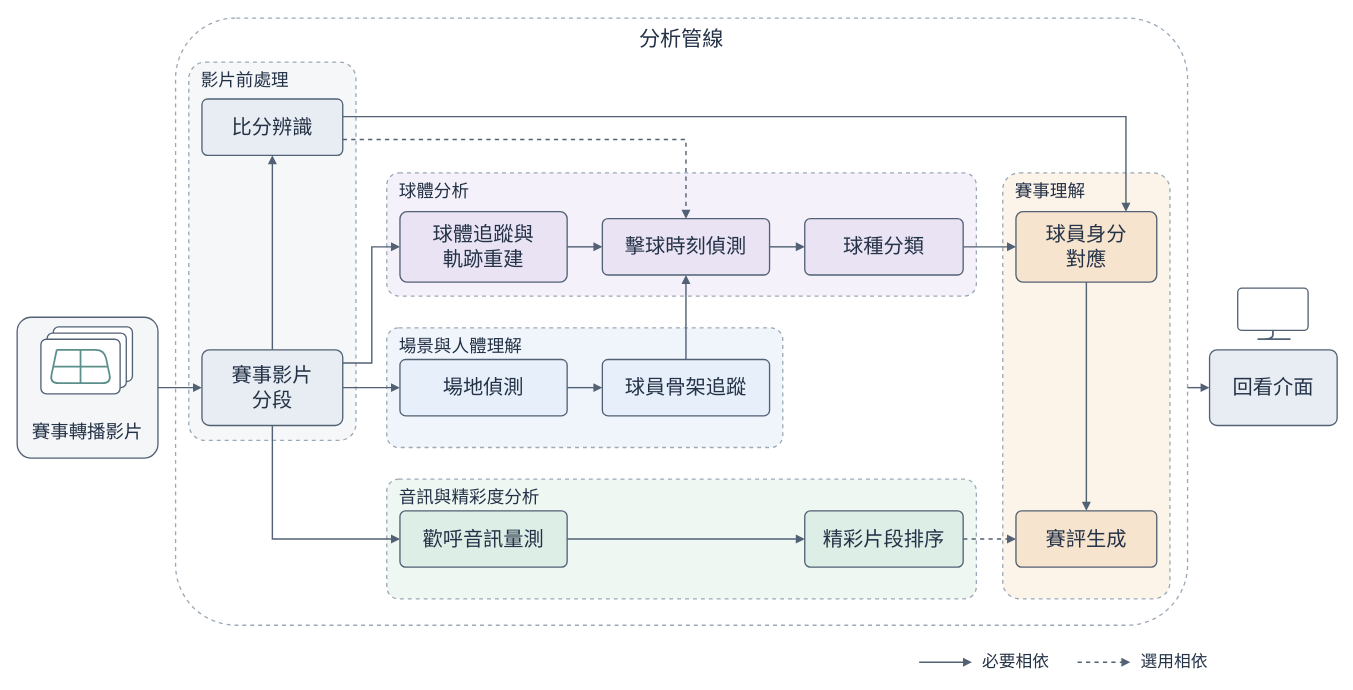
Earlier version of the draw.io diagram docs/figures/report/system-architecture.drawio (2026bmtproject/badminton-analysis-system). Source tidied: cells renumbered, new cells numbered last; positions are measured from the earlier drawing's top-left corner, leaving out a move shared by most shapes. Both pictures are drawn from the tidied source at 88%, with x=0, y=0 at pixel (17, 18).
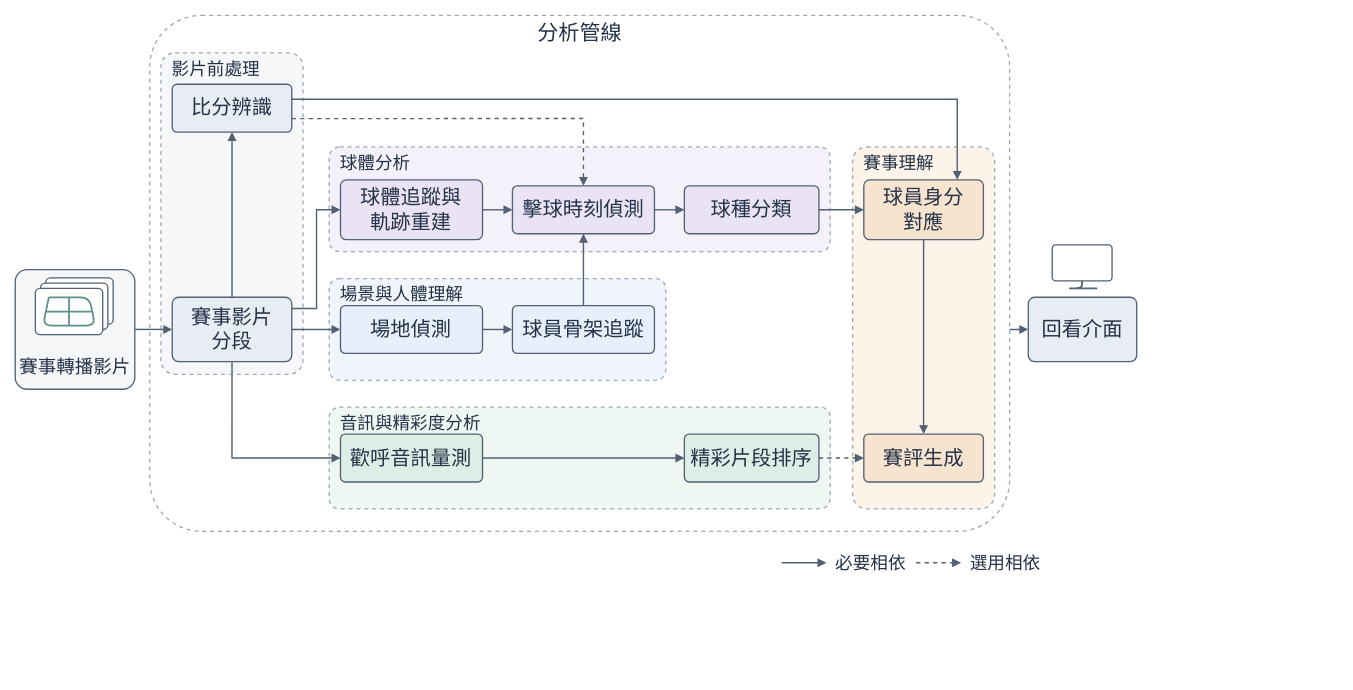
After the change.

Change to the diagram source:
```diff
@@
     <mxCell id="2" style="rounded=1;arcSize=10;fillColor=#FFFFFF;strokeColor=#9CA9B7;strokeWidth=1.5;dashed=1;" parent="1" vertex="1">
-      <mxGeometry x="180" width="1150" height="690" as="geometry" />
+      <mxGeometry x="150.7" y="-3" width="977.1" height="586.3" as="geometry" />
     </mxCell>
     <mxCell id="3" value="分析管線" style="text;html=0;whiteSpace=wrap;align=center;verticalAlign=middle;fontFamily=Arial Unicode MS;fontSize=24;fontColor=#243247;fontStyle=0;" parent="1" vertex="1">
-      <mxGeometry x="192" y="8" width="1126" height="32" as="geometry" />
+      <mxGeometry x="160.9" y="3.8" width="956.7" height="27.2" as="geometry" />
     </mxCell>
     <mxCell id="4" style="rounded=1;arcSize=10;fillColor=#F5F7F9;strokeColor=#9CA9B7;strokeWidth=1.5;dashed=1;" parent="1" vertex="1">
-      <mxGeometry x="195" y="50" width="190" height="430" as="geometry" />
+      <mxGeometry x="163.4" y="39.5" width="161.4" height="365.4" as="geometry" />
     </mxCell>
     <mxCell id="5" value="影片前處理" style="text;html=0;whiteSpace=wrap;align=left;verticalAlign=middle;fontFamily=Arial Unicode MS;fontSize=20;fontColor=#243247;fontStyle=0;" parent="1" vertex="1">
-      <mxGeometry x="207" y="56" width="166" height="28" as="geometry" />
+      <mxGeometry x="173.6" y="44.6" width="141.1" height="23.8" as="geometry" />
     </mxCell>
     <mxCell id="6" style="rounded=1;arcSize=10;fillColor=#F4F1FA;strokeColor=#9CA9B7;strokeWidth=1.5;dashed=1;" parent="1" vertex="1">
-      <mxGeometry x="420" y="176" width="670" height="140" as="geometry" />
+      <mxGeometry x="354.6" y="146.5" width="569.3" height="119" as="geometry" />
     </mxCell>
     <mxCell id="7" value="球體分析" style="text;html=0;whiteSpace=wrap;align=left;verticalAlign=middle;fontFamily=Arial Unicode MS;fontSize=20;fontColor=#243247;fontStyle=0;" parent="1" vertex="1">
-      <mxGeometry x="432" y="182" width="646" height="28" as="geometry" />
+      <mxGeometry x="364.8" y="151.6" width="548.9" height="23.8" as="geometry" />
     </mxCell>
     <mxCell id="8" style="rounded=1;arcSize=10;fillColor=#F0F5FC;strokeColor=#9CA9B7;strokeWidth=1.5;dashed=1;" parent="1" vertex="1">
-      <mxGeometry x="420" y="352" width="450" height="136" as="geometry" />
+      <mxGeometry x="354.6" y="296.1" width="382.4" height="115.6" as="geometry" />
     </mxCell>
     <mxCell id="9" value="場景與人體理解" style="text;html=0;whiteSpace=wrap;align=left;verticalAlign=middle;fontFamily=Arial Unicode MS;fontSize=20;fontColor=#243247;fontStyle=0;" parent="1" vertex="1">
-      <mxGeometry x="432" y="358" width="426" height="28" as="geometry" />
+      <mxGeometry x="364.8" y="301.2" width="362" height="23.8" as="geometry" />
     </mxCell>
     <mxCell id="10" style="rounded=1;arcSize=10;fillColor=#EFF7F3;strokeColor=#9CA9B7;strokeWidth=1.5;dashed=1;" parent="1" vertex="1">
-      <mxGeometry x="420" y="524" width="670" height="136" as="geometry" />
+      <mxGeometry x="354.6" y="442.2" width="569.3" height="115.6" as="geometry" />
     </mxCell>
     <mxCell id="11" value="音訊與精彩度分析" style="text;html=0;whiteSpace=wrap;align=left;verticalAlign=middle;fontFamily=Arial Unicode MS;fontSize=20;fontColor=#243247;fontStyle=0;" parent="1" vertex="1">
-      <mxGeometry x="432" y="530" width="646" height="28" as="geometry" />
+      <mxGeometry x="364.8" y="447.3" width="548.9" height="23.8" as="geometry" />
     </mxCell>
     <mxCell id="12" style="rounded=1;arcSize=10;fillColor=#FCF3E9;strokeColor=#9CA9B7;strokeWidth=1.5;dashed=1;" parent="1" vertex="1">
-      <mxGeometry x="1120" y="176" width="190" height="484" as="geometry" />
+      <mxGeometry x="949.4" y="146.5" width="161.4" height="411.2" as="geometry" />
     </mxCell>
     <mxCell id="13" value="賽事理解" style="text;html=0;whiteSpace=wrap;align=left;verticalAlign=middle;fontFamily=Arial Unicode MS;fontSize=20;fontColor=#243247;fontStyle=0;" parent="1" vertex="1">
-      <mxGeometry x="1132" y="182" width="166" height="28" as="geometry" />
+      <mxGeometry x="959.6" y="151.6" width="141.1" height="23.8" as="geometry" />
     </mxCell>
     <mxCell id="14" style="rounded=1;arcSize=10;fillColor=#F4F6F8;strokeColor=#526174;strokeWidth=1.5;dashed=0;" parent="1" vertex="1">
-      <mxGeometry y="340" width="160" height="160" as="geometry" />
+      <mxGeometry x="-2.2" y="285.9" width="135.9" height="135.9" as="geometry" />
     </mxCell>
     <mxCell id="15" style="rounded=1;arcSize=10;fillColor=#FFFFFF;strokeColor=#526174;strokeWidth=1.5;dashed=0;" parent="1" vertex="1">
-      <mxGeometry x="41" y="351" width="90" height="62" as="geometry" />
+      <mxGeometry x="32.6" y="295.2" width="76.5" height="52.7" as="geometry" />
     </mxCell>
     <mxCell id="16" style="rounded=1;arcSize=10;fillColor=#FFFFFF;strokeColor=#526174;strokeWidth=1.5;dashed=0;" parent="1" vertex="1">
-      <mxGeometry x="34" y="358" width="90" height="62" as="geometry" />
+      <mxGeometry x="26.6" y="301.2" width="76.5" height="52.7" as="geometry" />
     </mxCell>
     <mxCell id="17" style="rounded=1;arcSize=10;fillColor=#FFFFFF;strokeColor=#526174;strokeWidth=1.5;dashed=0;" parent="1" vertex="1">
-      <mxGeometry x="27" y="365" width="90" height="62" as="geometry" />
+      <mxGeometry x="20.7" y="307.1" width="76.5" height="52.7" as="geometry" />
     </mxCell>
     <mxCell id="18" style="endArrow=none;strokeColor=#5B8F8A;strokeWidth=2;dashed=0;" parent="1" edge="1">
       <mxGeometry relative="1" as="geometry">
-        <mxPoint x="45" y="377" as="sourcePoint" />
-        <mxPoint x="45" y="377" as="targetPoint" />
+        <mxPoint x="36" y="317.3" as="sourcePoint" />
+        <mxPoint x="36" y="317.3" as="targetPoint" />
         <Array as="points">
-          <mxPoint x="99" y="377" />
-          <mxPoint x="107" y="415" />
-          <mxPoint x="37" y="415" />
+          <mxPoint x="81.9" y="317.3" />
+          <mxPoint x="88.7" y="349.6" />
+          <mxPoint x="29.2" y="349.6" />
         </Array>
       </mxGeometry>
     </mxCell>
     <mxCell id="19" style="endArrow=none;strokeColor=#5B8F8A;strokeWidth=2;dashed=0;" parent="1" edge="1">
       <mxGeometry relative="1" as="geometry">
-        <mxPoint x="41" y="396" as="sourcePoint" />
-        <mxPoint x="103" y="396" as="targetPoint" />
+        <mxPoint x="32.6" y="333.5" as="sourcePoint" />
+        <mxPoint x="85.3" y="333.5" as="targetPoint" />
       </mxGeometry>
     </mxCell>
     <mxCell id="20" style="endArrow=none;strokeColor=#5B8F8A;strokeWidth=2;dashed=0;" parent="1" edge="1">
       <mxGeometry relative="1" as="geometry">
-        <mxPoint x="72" y="377" as="sourcePoint" />
-        <mxPoint x="72" y="415" as="targetPoint" />
+        <mxPoint x="58.9" y="317.3" as="sourcePoint" />
+        <mxPoint x="58.9" y="349.6" as="targetPoint" />
       </mxGeometry>
     </mxCell>
     <mxCell id="21" value="賽事轉播影片" style="text;html=0;whiteSpace=wrap;align=center;verticalAlign=middle;fontFamily=Arial Unicode MS;fontSize=21;fontColor=#243247;fontStyle=0;" parent="1" vertex="1">
-      <mxGeometry y="454" width="160" height="32" as="geometry" />
+      <mxGeometry x="-2.2" y="382.8" width="135.9" height="27.2" as="geometry" />
     </mxCell>
     <mxCell id="22" value="比分辨識" style="rounded=1;arcSize=10;fillColor=#E8EDF3;strokeColor=#526174;strokeWidth=1.5;dashed=0;html=0;whiteSpace=wrap;align=center;verticalAlign=middle;fontFamily=Arial Unicode MS;fontSize=23;fontColor=#243247;fontStyle=0;" parent="1" vertex="1">
-      <mxGeometry x="210" y="92" width="160" height="64" as="geometry" />
+      <mxGeometry x="176.2" y="75.2" width="135.9" height="54.4" as="geometry" />
     </mxCell>
     <mxCell id="23" value="賽事影片&#10;分段" style="rounded=1;arcSize=10;fillColor=#E8EDF3;strokeColor=#526174;strokeWidth=1.5;dashed=0;html=0;whiteSpace=wrap;align=center;verticalAlign=middle;fontFamily=Arial Unicode MS;fontSize=23;fontColor=#243247;fontStyle=0;" parent="1" vertex="1">
-      <mxGeometry x="210" y="377" width="160" height="86" as="geometry" />
+      <mxGeometry x="176.2" y="317.3" width="135.9" height="73.1" as="geometry" />
     </mxCell>
     <mxCell id="24" value="球體追蹤與&#10;軌跡重建" style="rounded=1;arcSize=10;fillColor=#E9E3F4;strokeColor=#526174;strokeWidth=1.5;dashed=0;html=0;whiteSpace=wrap;align=center;verticalAlign=middle;fontFamily=Arial Unicode MS;fontSize=23;fontColor=#243247;fontStyle=0;" parent="1" vertex="1">
-      <mxGeometry x="435" y="220" width="190" height="80" as="geometry" />
+      <mxGeometry x="367.4" y="183.9" width="161.4" height="68" as="geometry" />
     </mxCell>
     <mxCell id="25" value="擊球時刻偵測" style="rounded=1;arcSize=10;fillColor=#E9E3F4;strokeColor=#526174;strokeWidth=1.5;dashed=0;html=0;whiteSpace=wrap;align=center;verticalAlign=middle;fontFamily=Arial Unicode MS;fontSize=23;fontColor=#243247;fontStyle=0;" parent="1" vertex="1">
-      <mxGeometry x="665" y="228" width="190" height="64" as="geometry" />
+      <mxGeometry x="562.8" y="190.7" width="161.4" height="54.4" as="geometry" />
     </mxCell>
     <mxCell id="26" value="球種分類" style="rounded=1;arcSize=10;fillColor=#E9E3F4;strokeColor=#526174;strokeWidth=1.5;dashed=0;html=0;whiteSpace=wrap;align=center;verticalAlign=middle;fontFamily=Arial Unicode MS;fontSize=23;fontColor=#243247;fontStyle=0;" parent="1" vertex="1">
-      <mxGeometry x="895" y="228" width="180" height="64" as="geometry" />
+      <mxGeometry x="758.2" y="190.7" width="152.9" height="54.4" as="geometry" />
     </mxCell>
     <mxCell id="27" value="場地偵測" style="rounded=1;arcSize=10;fillColor=#E6EFFA;strokeColor=#526174;strokeWidth=1.5;dashed=0;html=0;whiteSpace=wrap;align=center;verticalAlign=middle;fontFamily=Arial Unicode MS;fontSize=23;fontColor=#243247;fontStyle=0;" parent="1" vertex="1">
-      <mxGeometry x="435" y="388" width="190" height="64" as="geometry" />
+      <mxGeometry x="367.4" y="326.7" width="161.4" height="54.4" as="geometry" />
     </mxCell>
     <mxCell id="28" value="球員骨架追蹤" style="rounded=1;arcSize=10;fillColor=#E6EFFA;strokeColor=#526174;strokeWidth=1.5;dashed=0;html=0;whiteSpace=wrap;align=center;verticalAlign=middle;fontFamily=Arial Unicode MS;fontSize=23;fontColor=#243247;fontStyle=0;" parent="1" vertex="1">
-      <mxGeometry x="665" y="388" width="190" height="64" as="geometry" />
+      <mxGeometry x="562.8" y="326.7" width="161.4" height="54.4" as="geometry" />
     </mxCell>
     <mxCell id="29" value="歡呼音訊量測" style="rounded=1;arcSize=10;fillColor=#DCEEE6;strokeColor=#526174;strokeWidth=1.5;dashed=0;html=0;whiteSpace=wrap;align=center;verticalAlign=middle;fontFamily=Arial Unicode MS;fontSize=23;fontColor=#243247;fontStyle=0;" parent="1" vertex="1">
-      <mxGeometry x="435" y="560" width="190" height="64" as="geometry" />
+      <mxGeometry x="367.4" y="472.8" width="161.4" height="54.4" as="geometry" />
     </mxCell>
     <mxCell id="30" value="精彩片段排序" style="rounded=1;arcSize=10;fillColor=#DCEEE6;strokeColor=#526174;strokeWidth=1.5;dashed=0;html=0;whiteSpace=wrap;align=center;verticalAlign=middle;fontFamily=Arial Unicode MS;fontSize=23;fontColor=#243247;fontStyle=0;" parent="1" vertex="1">
-      <mxGeometry x="895" y="560" width="180" height="64" as="geometry" />
+      <mxGeometry x="758.2" y="472.8" width="152.9" height="54.4" as="geometry" />
     </mxCell>
     <mxCell id="31" value="球員身分&#10;對應" style="rounded=1;arcSize=10;fillColor=#F7E4CE;strokeColor=#526174;strokeWidth=1.5;dashed=0;html=0;whiteSpace=wrap;align=center;verticalAlign=middle;fontFamily=Arial Unicode MS;fontSize=23;fontColor=#243247;fontStyle=0;" parent="1" vertex="1">
-      <mxGeometry x="1135" y="220" width="160" height="80" as="geometry" />
+      <mxGeometry x="962.1" y="183.9" width="135.9" height="68" as="geometry" />
     </mxCell>
     <mxCell id="32" value="賽評生成" style="rounded=1;arcSize=10;fillColor=#F7E4CE;strokeColor=#526174;strokeWidth=1.5;dashed=0;html=0;whiteSpace=wrap;align=center;verticalAlign=middle;fontFamily=Arial Unicode MS;fontSize=23;fontColor=#243247;fontStyle=0;" parent="1" vertex="1">
-      <mxGeometry x="1135" y="560" width="160" height="64" as="geometry" />
+      <mxGeometry x="962.1" y="472.8" width="135.9" height="54.4" as="geometry" />
     </mxCell>
     <mxCell id="33" value="回看介面" style="rounded=1;arcSize=10;fillColor=#E8EDF3;strokeColor=#526174;strokeWidth=1.5;dashed=0;html=0;whiteSpace=wrap;align=center;verticalAlign=middle;fontFamily=Arial Unicode MS;fontSize=23;fontColor=#243247;fontStyle=0;" parent="1" vertex="1">
-      <mxGeometry x="1355" y="377" width="145" height="86" as="geometry" />
+      <mxGeometry x="1149" y="317.3" width="123.2" height="73.1" as="geometry" />
     </mxCell>
     <mxCell id="34" style="rounded=1;arcSize=10;fillColor=#FFFFFF;strokeColor=#526174;strokeWidth=1.5;dashed=0;" parent="1" vertex="1">
-      <mxGeometry x="1387" y="307" width="80" height="48" as="geometry" />
+      <mxGeometry x="1176.2" y="257.8" width="68" height="40.8" as="geometry" />
     </mxCell>
     <mxCell id="35" style="endArrow=none;strokeColor=#526174;strokeWidth=2;dashed=0;" parent="1" edge="1">
       <mxGeometry relative="1" as="geometry">
-        <mxPoint x="1427" y="355" as="sourcePoint" />
-        <mxPoint x="1447" y="365" as="targetPoint" />
+        <mxPoint x="1210.2" y="298.6" as="sourcePoint" />
+        <mxPoint x="1227.2" y="307.1" as="targetPoint" />
         <Array as="points">
-          <mxPoint x="1427" y="365" />
-          <mxPoint x="1407" y="365" />
+          <mxPoint x="1210.2" y="307.1" />
+          <mxPoint x="1193.2" y="307.1" />
         </Array>
       </mxGeometry>
     </mxCell>
@@
     <mxCell id="38" style="edgeStyle=none;rounded=0;html=0;endArrow=block;endFill=1;strokeColor=#526174;strokeWidth=1.6;dashed=0;exitX=1.0000;exitY=0.1744;exitPerimeter=0;entryX=0.0000;entryY=0.5000;entryPerimeter=0;" parent="1" edge="1" source="23" target="24">
       <mxGeometry relative="1" as="geometry">
         <Array as="points">
-          <mxPoint x="403" y="392" />
-          <mxPoint x="403" y="260" />
+          <mxPoint x="340.2" y="330.1" />
+          <mxPoint x="340.2" y="217.9" />
         </Array>
       </mxGeometry>
     </mxCell>
@@
     <mxCell id="40" style="edgeStyle=none;rounded=0;html=0;endArrow=block;endFill=1;strokeColor=#526174;strokeWidth=1.6;dashed=0;exitX=0.5000;exitY=1.0000;exitPerimeter=0;entryX=0.0000;entryY=0.5000;entryPerimeter=0;" parent="1" edge="1" source="23" target="29">
       <mxGeometry relative="1" as="geometry">
         <Array as="points">
-          <mxPoint x="290" y="592" />
+          <mxPoint x="244.1" y="500" />
         </Array>
       </mxGeometry>
     </mxCell>
@@
     <mxCell id="46" style="edgeStyle=none;rounded=0;html=0;endArrow=block;endFill=1;strokeColor=#526174;strokeWidth=1.6;dashed=0;exitX=1.0000;exitY=0.3125;exitPerimeter=0;entryX=0.7812;entryY=0.0000;entryPerimeter=0;" parent="1" edge="1" source="22" target="31">
       <mxGeometry relative="1" as="geometry">
         <Array as="points">
-          <mxPoint x="1260" y="112" />
+          <mxPoint x="1068.3" y="92.2" />
         </Array>
       </mxGeometry>
     </mxCell>
     <mxCell id="47" style="edgeStyle=none;rounded=0;html=0;endArrow=block;endFill=1;strokeColor=#526174;strokeWidth=1.6;dashed=1;exitX=1.0000;exitY=0.7188;exitPerimeter=0;entryX=0.5000;entryY=0.0000;entryPerimeter=0;" parent="1" edge="1" source="22" target="25">
       <mxGeometry relative="1" as="geometry">
         <Array as="points">
-          <mxPoint x="760" y="138" />
+          <mxPoint x="643.5" y="114.2" />
         </Array>
       </mxGeometry>
     </mxCell>
@@
     <mxCell id="52" style="edgeStyle=none;endArrow=block;endFill=1;strokeColor=#526174;strokeWidth=1.6;dashed=0;" parent="1" edge="1">
       <mxGeometry relative="1" as="geometry">
-        <mxPoint x="1025" y="732" as="sourcePoint" />
-        <mxPoint x="1085" y="732" as="targetPoint" />
+        <mxPoint x="868.7" y="619" as="sourcePoint" />
+        <mxPoint x="919.6" y="619" as="targetPoint" />
       </mxGeometry>
     </mxCell>
-    <mxCell id="53" value="必要相依" style="text;html=0;whiteSpace=wrap;align=left;verticalAlign=middle;fontFamily=Arial Unicode MS;fontSize=19;fontColor=#243247;fontStyle=0;" parent="1" vertex="1">
-      <mxGeometry x="1095" y="718" width="100" height="28" as="geometry" />
+    <mxCell id="53" value="必要相依" style="text;html=0;whiteSpace=wrap;align=left;verticalAlign=middle;fontFamily=Arial Unicode MS;fontSize=20;fontColor=#243247;fontStyle=0;" parent="1" vertex="1">
+      <mxGeometry x="928.1" y="607.1" width="85" height="23.8" as="geometry" />
     </mxCell>
     <mxCell id="54" style="edgeStyle=none;endArrow=block;endFill=1;strokeColor=#526174;strokeWidth=1.6;dashed=1;" parent="1" edge="1">
       <mxGeometry relative="1" as="geometry">
-        <mxPoint x="1205" y="732" as="sourcePoint" />
-        <mxPoint x="1265" y="732" as="targetPoint" />
+        <mxPoint x="1021.6" y="619" as="sourcePoint" />
+        <mxPoint x="1072.6" y="619" as="targetPoint" />
       </mxGeometry>
     </mxCell>
-    <mxCell id="55" value="選用相依" style="text;html=0;whiteSpace=wrap;align=left;verticalAlign=middle;fontFamily=Arial Unicode MS;fontSize=19;fontColor=#243247;fontStyle=0;" parent="1" vertex="1">
-      <mxGeometry x="1275" y="718" width="100" height="28" as="geometry" />
+    <mxCell id="55" value="選用相依" style="text;html=0;whiteSpace=wrap;align=left;verticalAlign=middle;fontFamily=Arial Unicode MS;fontSize=20;fontColor=#243247;fontStyle=0;" parent="1" vertex="1">
+      <mxGeometry x="1081.1" y="607.1" width="85" height="23.8" as="geometry" />
     </mxCell>
```
